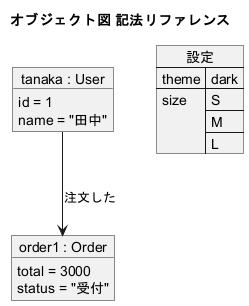
Above: Object/_Template_Object.png in O-TYAN64/plantuml-cheatsheet (PlantUML), before the change. Its diagram source:
```plantuml
@startuml
title オブジェクト図 記法リファレンス

object "tanaka : User" as t {
  id = 1
  name = "田中"
}

object "order1 : Order" as o {
  total = 3000
  status = "受付"
}

t --> o : 注文した

json 設定 {
  "theme": "dark",
  "size": ["S", "M", "L"]
}

@enduml
```
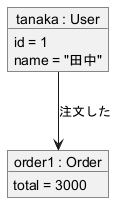
The same diagram one commit later.

Change to the diagram source:
```diff
@@ -1,21 +1,10 @@
 @startuml
-title オブジェクト図 記法リファレンス
-
 object "tanaka : User" as t {
   id = 1
   name = "田中"
 }
-
 object "order1 : Order" as o {
   total = 3000
-  status = "受付"
 }
-
 t --> o : 注文した
-
-json 設定 {
-  "theme": "dark",
-  "size": ["S", "M", "L"]
-}
-
 @enduml
```
